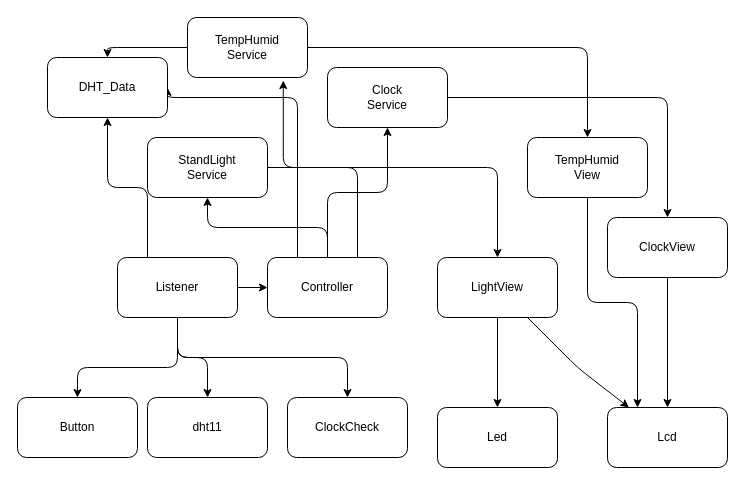
This is sw_design/sw_design.drawio from leb1973/StandLight_Distance_Temp_Humid_Motor, a draw.io file, before an edit. Source tidied: cells renumbered, new cells numbered last; positions are measured from the earlier drawing's top-left corner, leaving out a move shared by most shapes. Both pictures are drawn from the tidied source at 100%, with x=0, y=0 at pixel (17, 17).
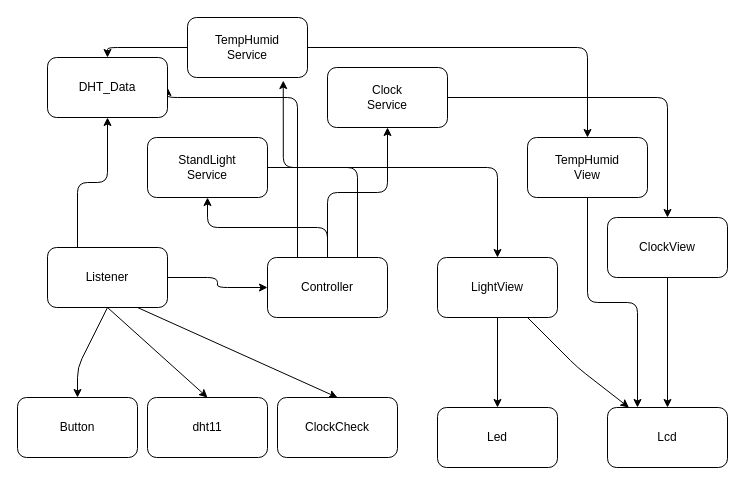
The same page after the edit.

The change refers to these unchanged cells:
```xml
<mxCell id="8" value="Controller" style="rounded=1;whiteSpace=wrap;html=1;" parent="1" vertex="1">
  <mxGeometry x="250" y="240" width="120" height="60" as="geometry" />
</mxCell>
<mxCell id="25" value="Button" style="rounded=1;whiteSpace=wrap;html=1;" parent="1" vertex="1">
  <mxGeometry y="380" width="120" height="60" as="geometry" />
</mxCell>
<mxCell id="26" value="dht11" style="rounded=1;whiteSpace=wrap;html=1;" parent="1" vertex="1">
  <mxGeometry x="130" y="380" width="120" height="60" as="geometry" />
</mxCell>
<mxCell id="27" value="DHT_Data" style="rounded=1;whiteSpace=wrap;html=1;" parent="1" vertex="1">
  <mxGeometry x="30" y="40" width="120" height="60" as="geometry" />
</mxCell>
```

What changed in the source:
```diff
@@
     <mxCell id="14" style="edgeStyle=none;html=1;exitX=0.5;exitY=1;exitDx=0;exitDy=0;entryX=0.5;entryY=0;entryDx=0;entryDy=0;" parent="1" edge="1" source="19" target="25">
       <mxGeometry relative="1" as="geometry">
         <Array as="points">
-          <mxPoint x="160" y="350" />
           <mxPoint x="60" y="350" />
         </Array>
       </mxGeometry>
     </mxCell>
+    <mxCell id="16" style="edgeStyle=orthogonalEdgeStyle;html=1;exitX=1;exitY=0.5;exitDx=0;exitDy=0;entryX=0;entryY=0.5;entryDx=0;entryDy=0;" parent="1" edge="1" source="19" target="8">
+      <mxGeometry relative="1" as="geometry" />
+    </mxCell>
+    <mxCell id="18" style="edgeStyle=orthogonalEdgeStyle;html=1;exitX=0.25;exitY=0;exitDx=0;exitDy=0;entryX=0.5;entryY=1;entryDx=0;entryDy=0;" parent="1" edge="1" source="19" target="27">
+      <mxGeometry relative="1" as="geometry" />
+    </mxCell>
-    <mxCell id="15" style="edgeStyle=orthogonalEdgeStyle;html=1;exitX=0.5;exitY=1;exitDx=0;exitDy=0;entryX=0.5;entryY=0;entryDx=0;entryDy=0;" parent="1" edge="1" source="19" target="24">
-      <mxGeometry relative="1" as="geometry">
-        <Array as="points">
-          <mxPoint x="160" y="340" />
-          <mxPoint x="330" y="340" />
-        </Array>
-      </mxGeometry>
+    <mxCell id="15" style="edgeStyle=none;html=1;exitX=0.75;exitY=1;exitDx=0;exitDy=0;entryX=0.5;entryY=0;entryDx=0;entryDy=0;" parent="1" edge="1" source="19" target="24">
+      <mxGeometry relative="1" as="geometry" />
     </mxCell>
-    <mxCell id="16" style="edgeStyle=orthogonalEdgeStyle;html=1;exitX=1;exitY=0.5;exitDx=0;exitDy=0;entryX=0;entryY=0.5;entryDx=0;entryDy=0;" parent="1" edge="1" source="19" target="8">
-      <mxGeometry relative="1" as="geometry" />
-    </mxCell>
-    <mxCell id="17" style="edgeStyle=orthogonalEdgeStyle;html=1;exitX=0.5;exitY=1;exitDx=0;exitDy=0;" parent="1" edge="1" source="19" target="26">
+    <mxCell id="17" style="edgeStyle=none;html=1;exitX=0.5;exitY=1;exitDx=0;exitDy=0;entryX=0.5;entryY=0;entryDx=0;entryDy=0;" parent="1" edge="1" source="19" target="26">
       <mxGeometry relative="1" as="geometry" />
     </mxCell>
-    <mxCell id="18" style="edgeStyle=orthogonalEdgeStyle;html=1;exitX=0.25;exitY=0;exitDx=0;exitDy=0;entryX=0.5;entryY=1;entryDx=0;entryDy=0;" parent="1" edge="1" source="19" target="27">
-      <mxGeometry relative="1" as="geometry" />
-    </mxCell>
     <mxCell id="19" value="Listener" style="rounded=1;whiteSpace=wrap;html=1;" parent="1" vertex="1">
-      <mxGeometry x="100" y="240" width="120" height="60" as="geometry" />
+      <mxGeometry x="30" y="230" width="120" height="60" as="geometry" />
     </mxCell>
@@
     <mxCell id="24" value="ClockCheck" style="rounded=1;whiteSpace=wrap;html=1;" parent="1" vertex="1">
-      <mxGeometry x="270" y="380" width="120" height="60" as="geometry" />
+      <mxGeometry x="260" y="380" width="120" height="60" as="geometry" />
     </mxCell>
```
